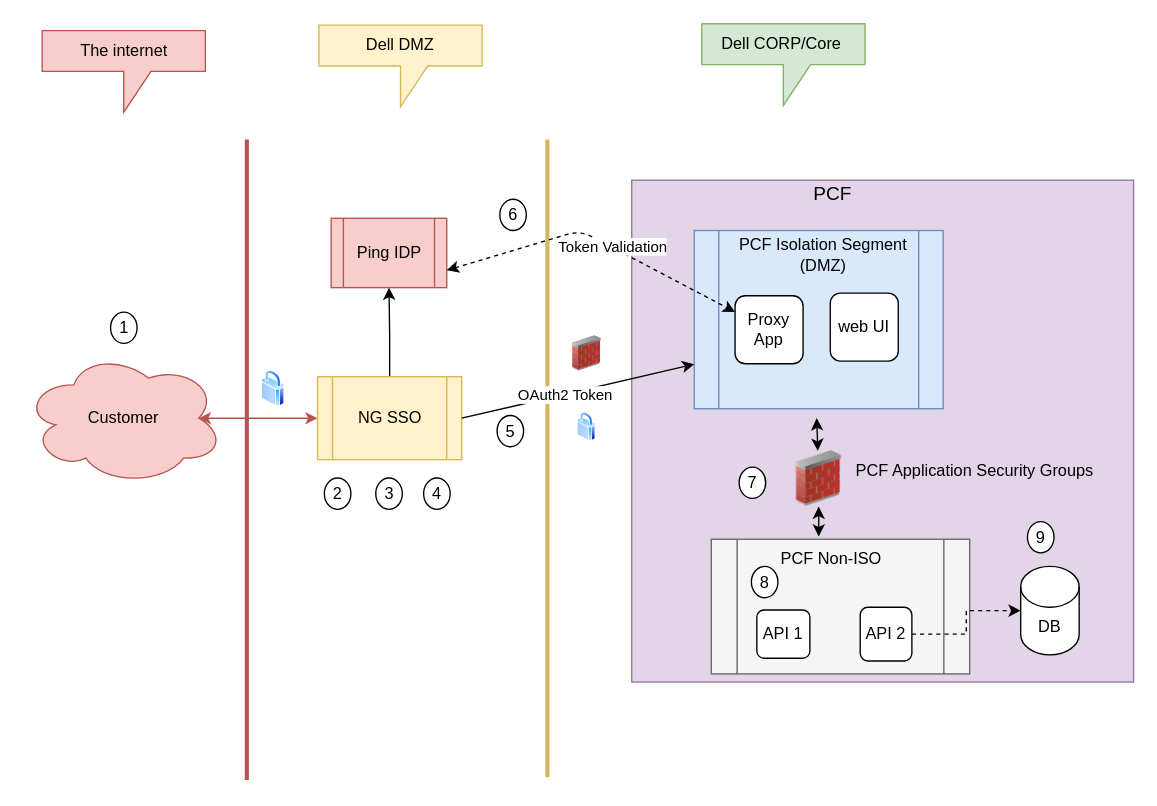
This is NGSSO-PCF-EXT.drawio from rama78/app-config, a draw.io file, before an edit. Source tidied: cells renumbered, new cells numbered last; positions are measured from the earlier drawing's top-left corner, leaving out a move shared by most shapes. Both pictures are drawn from the tidied source at 136%, with x=0, y=0 at pixel (23, 23).
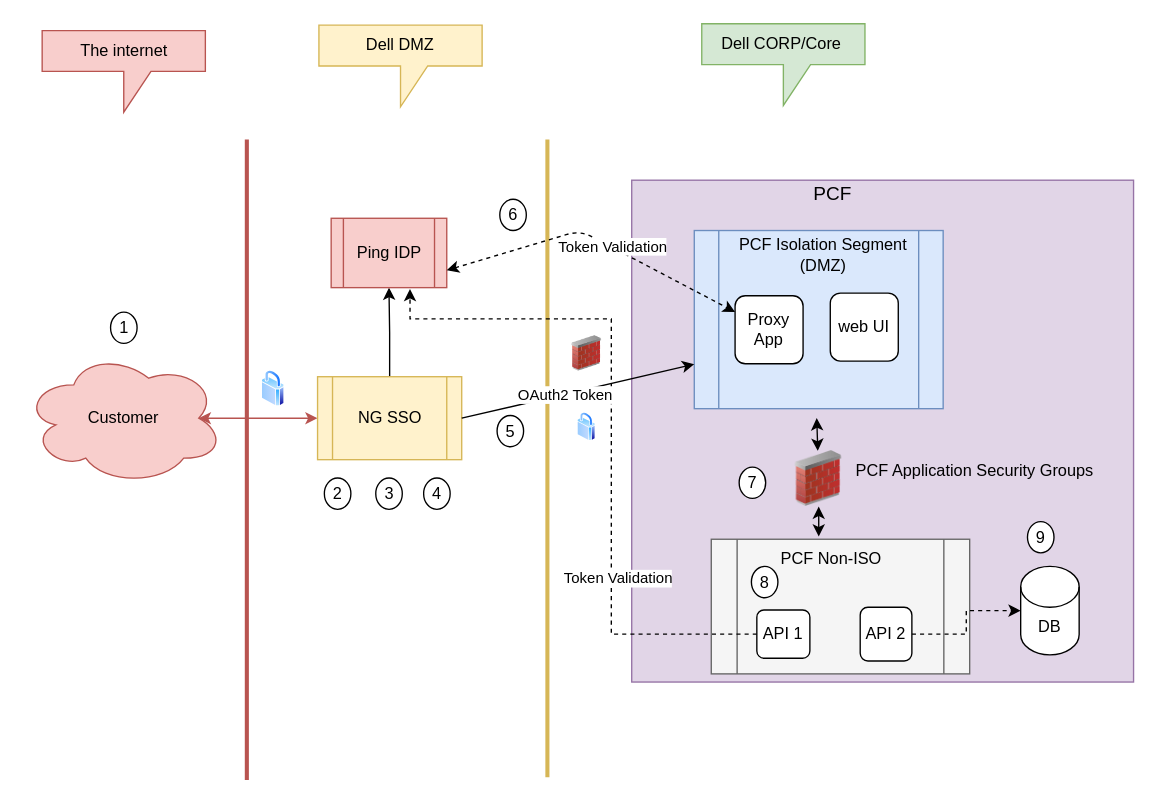
After the change.

Commit message:
added validation from API as well

The change refers to these unchanged cells:
```xml
<mxCell id="16" value="API 1" style="rounded=1;whiteSpace=wrap;html=1;" parent="1" vertex="1">
  <mxGeometry x="539" y="431" width="39" height="35.5" as="geometry" />
</mxCell>
<mxCell id="30" value="Ping IDP" style="shape=process;whiteSpace=wrap;html=1;backgroundOutline=1;fillColor=#f8cecc;strokeColor=#b85450;" parent="1" vertex="1">
  <mxGeometry x="226" y="143" width="85" height="51" as="geometry" />
</mxCell>
```

What changed in the source:
```diff
@@
+    <mxCell id="45" style="edgeStyle=orthogonalEdgeStyle;rounded=0;jettySize=auto;html=1;entryX=0.682;entryY=1.02;entryDx=0;entryDy=0;dashed=1;entryPerimeter=0;" parent="1" edge="1" source="16" target="30">
+      <mxGeometry relative="1" as="geometry">
+        <Array as="points">
+          <mxPoint x="432" y="449" />
+          <mxPoint x="432" y="217" />
+          <mxPoint x="284" y="217" />
+        </Array>
+      </mxGeometry>
+    </mxCell>
+    <mxCell id="46" value="Token Validation" style="edgeLabel;html=1;align=center;verticalAlign=middle;" parent="45" vertex="1">
+      <mxGeometry x="-0.42" y="-4" relative="1" as="geometry" />
+    </mxCell>
```
